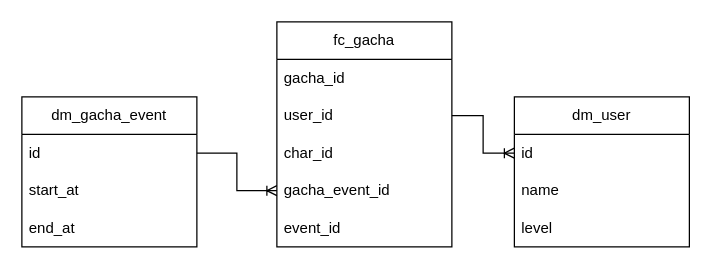
Earlier version of the draw.io diagram docs/dbt-gacha01.drawio (MokkeMeguru/dbt-challenge). Source tidied: cells renumbered, new cells numbered last; positions are measured from the earlier drawing's top-left corner, leaving out a move shared by most shapes. Both pictures are drawn from the tidied source at 125%, with x=0, y=0 at pixel (21, 21).
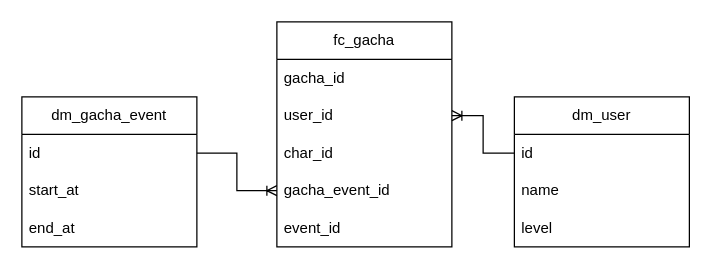
The same diagram, later.

Commit message:
dbt-gacha01.drawio を更新します

Change to the diagram source:
```diff
@@
 <mxGraphModel>
   <root>
     <mxCell id="0" />
     <mxCell id="1" parent="0" />
     <mxCell id="2" value="fc_gacha" style="swimlane;fontStyle=0;horizontal=1;startSize=30;whiteSpace=wrap;html=1;" parent="1" vertex="1">
       <mxGeometry x="204" width="140" height="180" as="geometry" />
     </mxCell>
     <mxCell id="3" value="gacha_id" style="text;strokeColor=none;fillColor=none;align=left;verticalAlign=middle;spacingLeft=4;spacingRight=4;overflow=hidden;whiteSpace=wrap;html=1;" parent="2" vertex="1">
       <mxGeometry y="30" width="140" height="30" as="geometry" />
     </mxCell>
     <mxCell id="4" value="user_id" style="text;strokeColor=none;fillColor=none;align=left;verticalAlign=middle;spacingLeft=4;spacingRight=4;overflow=hidden;points=[[0,0.5],[1,0.5]];portConstraint=eastwest;whiteSpace=wrap;html=1;" parent="2" vertex="1">
       <mxGeometry y="60" width="140" height="30" as="geometry" />
     </mxCell>
     <mxCell id="5" value="char_id" style="text;strokeColor=none;fillColor=none;align=left;verticalAlign=middle;spacingLeft=4;spacingRight=4;overflow=hidden;whiteSpace=wrap;html=1;" parent="2" vertex="1">
       <mxGeometry y="90" width="140" height="30" as="geometry" />
     </mxCell>
     <mxCell id="6" value="gacha_event_id" style="text;strokeColor=none;fillColor=none;align=left;verticalAlign=middle;spacingLeft=4;spacingRight=4;overflow=hidden;points=[[0,0.5],[1,0.5]];portConstraint=eastwest;whiteSpace=wrap;html=1;" parent="2" vertex="1">
       <mxGeometry y="120" width="140" height="30" as="geometry" />
     </mxCell>
     <mxCell id="7" value="event_id" style="text;strokeColor=none;fillColor=none;align=left;verticalAlign=middle;spacingLeft=4;spacingRight=4;overflow=hidden;whiteSpace=wrap;html=1;" parent="2" vertex="1">
       <mxGeometry y="150" width="140" height="30" as="geometry" />
     </mxCell>
     <mxCell id="8" value="dm_gacha_event" style="swimlane;fontStyle=0;horizontal=1;startSize=30;whiteSpace=wrap;html=1;" parent="1" vertex="1">
       <mxGeometry y="60" width="140" height="120" as="geometry" />
     </mxCell>
     <mxCell id="9" value="id" style="text;strokeColor=none;fillColor=none;align=left;verticalAlign=middle;spacingLeft=4;spacingRight=4;overflow=hidden;points=[[0,0.5],[1,0.5]];portConstraint=eastwest;whiteSpace=wrap;html=1;" parent="8" vertex="1">
       <mxGeometry y="30" width="140" height="30" as="geometry" />
     </mxCell>
     <mxCell id="10" value="start_at" style="text;strokeColor=none;fillColor=none;align=left;verticalAlign=middle;spacingLeft=4;spacingRight=4;overflow=hidden;whiteSpace=wrap;html=1;" parent="8" vertex="1">
       <mxGeometry y="60" width="140" height="30" as="geometry" />
     </mxCell>
     <mxCell id="11" value="end_at" style="text;strokeColor=none;fillColor=none;align=left;verticalAlign=middle;spacingLeft=4;spacingRight=4;overflow=hidden;whiteSpace=wrap;html=1;" parent="8" vertex="1">
       <mxGeometry y="90" width="140" height="30" as="geometry" />
     </mxCell>
     <mxCell id="12" style="edgeStyle=orthogonalEdgeStyle;rounded=0;jettySize=auto;html=1;exitX=1;exitY=0.5;exitDx=0;exitDy=0;entryX=0;entryY=0.5;entryDx=0;entryDy=0;endArrow=ERoneToMany;endFill=0;" parent="1" edge="1" source="9" target="6">
       <mxGeometry relative="1" as="geometry" />
     </mxCell>
     <mxCell id="13" value="dm_user" style="swimlane;fontStyle=0;horizontal=1;startSize=30;whiteSpace=wrap;html=1;" parent="1" vertex="1">
       <mxGeometry x="394" y="60" width="140" height="120" as="geometry" />
     </mxCell>
     <mxCell id="14" value="id" style="text;strokeColor=none;fillColor=none;align=left;verticalAlign=middle;spacingLeft=4;spacingRight=4;overflow=hidden;points=[[0,0.5],[1,0.5]];portConstraint=eastwest;whiteSpace=wrap;html=1;" parent="13" vertex="1">
       <mxGeometry y="30" width="140" height="30" as="geometry" />
     </mxCell>
     <mxCell id="15" value="name" style="text;strokeColor=none;fillColor=none;align=left;verticalAlign=middle;spacingLeft=4;spacingRight=4;overflow=hidden;whiteSpace=wrap;html=1;" parent="13" vertex="1">
       <mxGeometry y="60" width="140" height="30" as="geometry" />
     </mxCell>
     <mxCell id="16" value="level" style="text;strokeColor=none;fillColor=none;align=left;verticalAlign=middle;spacingLeft=4;spacingRight=4;overflow=hidden;whiteSpace=wrap;html=1;" parent="13" vertex="1">
       <mxGeometry y="90" width="140" height="30" as="geometry" />
     </mxCell>
-    <mxCell id="17" style="edgeStyle=orthogonalEdgeStyle;rounded=0;jettySize=auto;html=1;exitX=0;exitY=0.5;exitDx=0;exitDy=0;entryX=1;entryY=0.5;entryDx=0;entryDy=0;startArrow=ERoneToMany;startFill=0;endArrow=none;endFill=0;" parent="1" edge="1" source="14" target="4">
+    <mxCell id="17" style="edgeStyle=orthogonalEdgeStyle;rounded=0;jettySize=auto;html=1;exitX=0;exitY=0.5;exitDx=0;exitDy=0;entryX=1;entryY=0.5;entryDx=0;entryDy=0;startArrow=none;startFill=0;endArrow=ERoneToMany;endFill=0;" parent="1" edge="1" source="14" target="4">
       <mxGeometry relative="1" as="geometry" />
     </mxCell>
   </root>
 </mxGraphModel>
```
